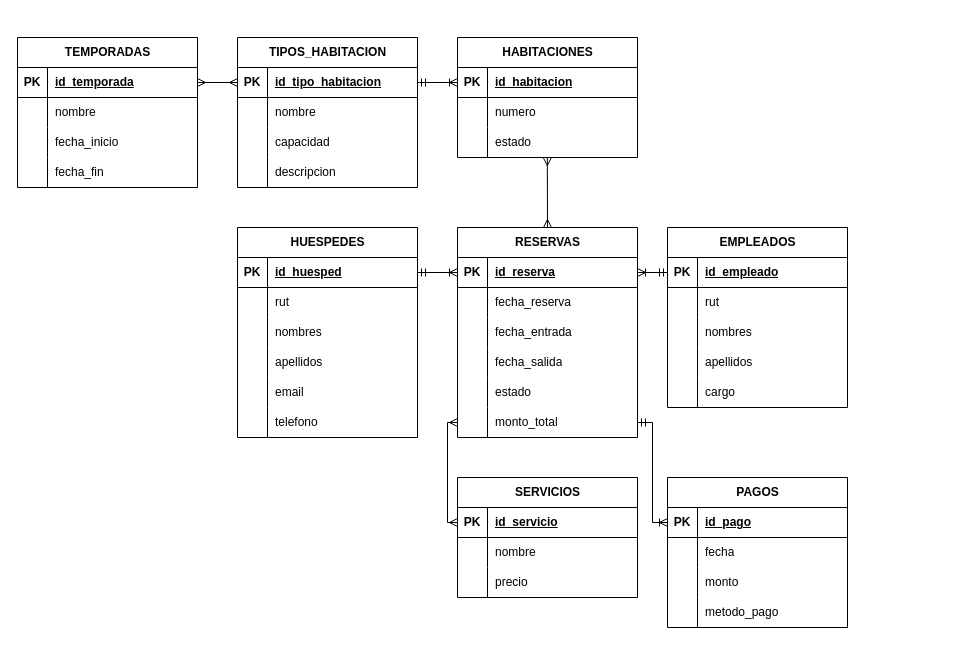
Earlier version of the draw.io diagram G11_MER.drawio (byronma-ui/hotel-costa-pacifico). Source tidied: cells renumbered, new cells numbered last; positions are measured from the earlier drawing's top-left corner, leaving out a move shared by most shapes. Both pictures are drawn from the tidied source at 100%, with x=0, y=0 at pixel (17, 37).
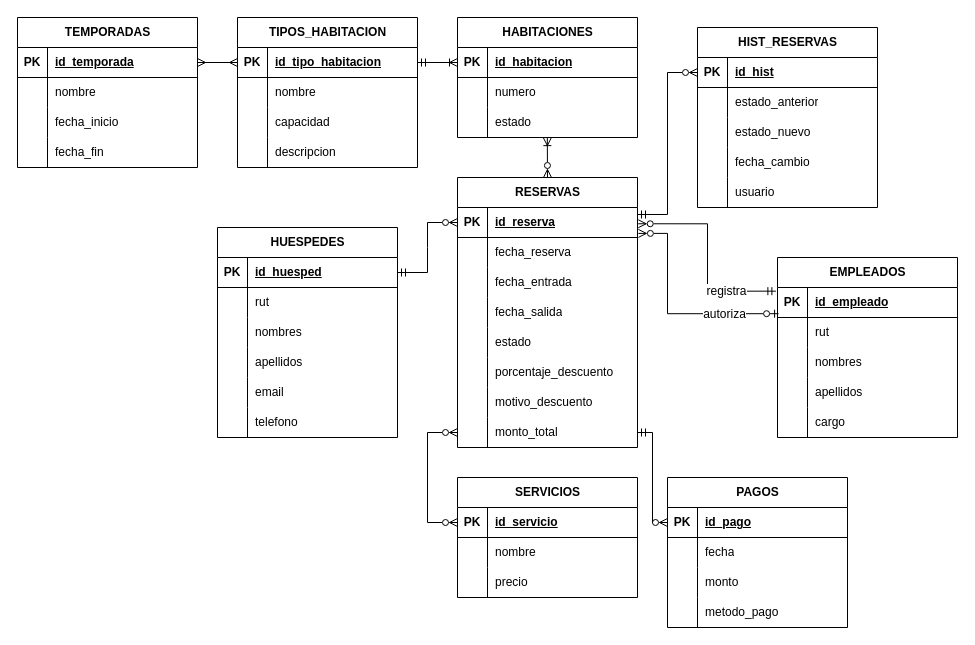
The same diagram, later.

The change refers to these unchanged cells:
```xml
<mxCell id="35" style="shape=tableRow;horizontal=0;startSize=0;swimlaneHead=0;swimlaneBody=0;fillColor=none;points=[[0,0.5],[1,0.5]];portConstraint=eastwest;top=0;left=0;right=0;bottom=0;" parent="28" vertex="1">
  <mxGeometry y="90" width="180" height="30" as="geometry" />
</mxCell>
<mxCell id="39" style="shape=tableRow;horizontal=0;startSize=0;swimlaneHead=0;swimlaneBody=0;fillColor=none;points=[[0,0.5],[1,0.5]];portConstraint=eastwest;top=0;left=0;right=0;bottom=1;" parent="38" vertex="1">
  <mxGeometry y="30" width="180" height="30" as="geometry" />
</mxCell>
<mxCell id="58" style="shape=tableRow;horizontal=0;startSize=0;swimlaneHead=0;swimlaneBody=0;fillColor=none;points=[[0,0.5],[1,0.5]];portConstraint=eastwest;top=0;left=0;right=0;bottom=1;" parent="57" vertex="1">
  <mxGeometry y="30" width="180" height="30" as="geometry" />
</mxCell>
<mxCell id="77" style="shape=tableRow;horizontal=0;startSize=0;swimlaneHead=0;swimlaneBody=0;fillColor=none;points=[[0,0.5],[1,0.5]];portConstraint=eastwest;top=0;left=0;right=0;bottom=1;" parent="76" vertex="1">
  <mxGeometry y="30" width="180" height="30" as="geometry" />
</mxCell>
<mxCell id="93" style="shape=tableRow;horizontal=0;startSize=0;swimlaneHead=0;swimlaneBody=0;fillColor=none;points=[[0,0.5],[1,0.5]];portConstraint=eastwest;top=0;left=0;right=0;bottom=1;" parent="92" vertex="1">
  <mxGeometry y="30" width="180" height="30" as="geometry" />
</mxCell>
<mxCell id="103" style="shape=tableRow;horizontal=0;startSize=0;swimlaneHead=0;swimlaneBody=0;fillColor=none;points=[[0,0.5],[1,0.5]];portConstraint=eastwest;top=0;left=0;right=0;bottom=1;" parent="102" vertex="1">
  <mxGeometry y="30" width="180" height="30" as="geometry" />
</mxCell>
```

What changed in the source:
```diff
@@
     <mxCell id="2" value="TEMPORADAS" style="shape=table;startSize=30;childLayout=tableLayout;rowLines=0;fontStyle=1;align=center;html=1;" parent="1" vertex="1">
-      <mxGeometry width="180" height="150" as="geometry" />
+      <mxGeometry y="-20" width="180" height="150" as="geometry" />
     </mxCell>
@@
     <mxCell id="15" value="TIPOS_HABITACION" style="shape=table;startSize=30;childLayout=tableLayout;rowLines=0;fontStyle=1;align=center;html=1;" parent="1" vertex="1">
-      <mxGeometry x="220" width="180" height="150" as="geometry" />
+      <mxGeometry x="220" y="-20" width="180" height="150" as="geometry" />
     </mxCell>
@@
     <mxCell id="28" value="HABITACIONES" style="shape=table;startSize=30;childLayout=tableLayout;rowLines=0;fontStyle=1;align=center;html=1;" parent="1" vertex="1">
-      <mxGeometry x="440" width="180" height="120" as="geometry" />
+      <mxGeometry x="440" y="-20" width="180" height="120" as="geometry" />
     </mxCell>
@@
     <mxCell id="38" value="HUESPEDES" style="shape=table;startSize=30;childLayout=tableLayout;rowLines=0;fontStyle=1;align=center;html=1;" parent="1" vertex="1">
-      <mxGeometry x="220" y="190" width="180" height="210" as="geometry" />
+      <mxGeometry x="200" y="190" width="180" height="210" as="geometry" />
     </mxCell>
@@
     <mxCell id="57" value="RESERVAS" style="shape=table;startSize=30;childLayout=tableLayout;rowLines=0;fontStyle=1;align=center;html=1;" parent="1" vertex="1">
-      <mxGeometry x="440" y="190" width="180" height="210" as="geometry" />
+      <mxGeometry x="440" y="140" width="180" height="270" as="geometry" />
     </mxCell>
@@
+    <mxCell id="122" style="shape=tableRow;horizontal=0;startSize=0;swimlaneHead=0;swimlaneBody=0;fillColor=none;top=0;left=0;right=0;bottom=0;" parent="57" vertex="1">
+      <mxGeometry y="150" width="180" height="30" as="geometry" />
+    </mxCell>
+    <mxCell id="123" style="shape=partialRectangle;fillColor=none;top=0;left=0;bottom=0;right=0;overflow=hidden;whiteSpace=wrap;html=1;" parent="122" vertex="1">
+      <mxGeometry width="30" height="30" as="geometry" />
+    </mxCell>
+    <mxCell id="124" value="estado" style="shape=partialRectangle;fillColor=none;top=0;left=0;bottom=0;right=0;align=left;spacingLeft=6;overflow=hidden;whiteSpace=wrap;html=1;" parent="122" vertex="1">
+      <mxGeometry x="30" width="150" height="30" as="geometry" />
+    </mxCell>
     <mxCell id="70" style="shape=tableRow;horizontal=0;startSize=0;swimlaneHead=0;swimlaneBody=0;fillColor=none;top=0;left=0;right=0;bottom=0;" parent="57" vertex="1">
-      <mxGeometry y="150" width="180" height="30" as="geometry" />
+      <mxGeometry y="180" width="180" height="30" as="geometry" />
     </mxCell>
@@
-    <mxCell id="72" value="estado" style="shape=partialRectangle;fillColor=none;top=0;left=0;bottom=0;right=0;align=left;spacingLeft=6;overflow=hidden;whiteSpace=wrap;html=1;" parent="70" vertex="1">
+    <mxCell id="72" value="porcentaje_descuento" style="shape=partialRectangle;fillColor=none;top=0;left=0;bottom=0;right=0;align=left;spacingLeft=6;overflow=hidden;whiteSpace=wrap;html=1;" parent="70" vertex="1">
       <mxGeometry x="30" width="150" height="30" as="geometry" />
     </mxCell>
+    <mxCell id="125" style="shape=tableRow;horizontal=0;startSize=0;swimlaneHead=0;swimlaneBody=0;fillColor=none;top=0;left=0;right=0;bottom=0;" parent="57" vertex="1">
+      <mxGeometry y="210" width="180" height="30" as="geometry" />
+    </mxCell>
+    <mxCell id="126" style="shape=partialRectangle;fillColor=none;top=0;left=0;bottom=0;right=0;overflow=hidden;whiteSpace=wrap;html=1;" parent="125" vertex="1">
+      <mxGeometry width="30" height="30" as="geometry" />
+    </mxCell>
+    <mxCell id="127" value="motivo_descuento" style="shape=partialRectangle;fillColor=none;top=0;left=0;bottom=0;right=0;align=left;spacingLeft=6;overflow=hidden;whiteSpace=wrap;html=1;" parent="125" vertex="1">
+      <mxGeometry x="30" width="150" height="30" as="geometry" />
+    </mxCell>
     <mxCell id="73" style="shape=tableRow;horizontal=0;startSize=0;swimlaneHead=0;swimlaneBody=0;fillColor=none;points=[[0,0.5],[1,0.5]];portConstraint=eastwest;top=0;left=0;right=0;bottom=0;" parent="57" vertex="1">
-      <mxGeometry y="180" width="180" height="30" as="geometry" />
+      <mxGeometry y="240" width="180" height="30" as="geometry" />
     </mxCell>
@@
     <mxCell id="76" value="EMPLEADOS" style="shape=table;startSize=30;childLayout=tableLayout;rowLines=0;fontStyle=1;align=center;html=1;" parent="1" vertex="1">
-      <mxGeometry x="650" y="190" width="180" height="180" as="geometry" />
+      <mxGeometry x="760" y="220" width="180" height="180" as="geometry" />
     </mxCell>
@@
-    <mxCell id="117" style="fontSize=12;html=1;endArrow=ERmany;startArrow=ERmany;rounded=0;defaultLabelBackgroundColor=page;labelPadding=0 4;entryX=0.5;entryY=0;entryDx=0;entryDy=0;exitX=0.499;exitY=1.005;exitDx=0;exitDy=0;exitPerimeter=0;" parent="1" edge="1" source="35" target="57">
+    <mxCell id="117" style="fontSize=12;html=1;endArrow=ERzeroToMany;startArrow=ERoneToMany;rounded=0;defaultLabelBackgroundColor=page;labelPadding=0 4;entryX=0.5;entryY=0;entryDx=0;entryDy=0;exitX=0.499;exitY=1.005;exitDx=0;exitDy=0;exitPerimeter=0;startFill=0;endFill=0;" parent="1" edge="1" source="35" target="57">
       <mxGeometry x="1" relative="1" as="geometry" />
     </mxCell>
-    <mxCell id="118" style="edgeStyle=entityRelationEdgeStyle;fontSize=12;html=1;endArrow=ERoneToMany;rounded=0;defaultLabelBackgroundColor=page;labelPadding=0 4;exitX=1;exitY=0.5;exitDx=0;exitDy=0;entryX=0;entryY=0.5;entryDx=0;entryDy=0;startArrow=ERmandOne;startFill=0;" parent="1" edge="1" source="39" target="58">
+    <mxCell id="118" style="edgeStyle=entityRelationEdgeStyle;fontSize=12;html=1;endArrow=ERzeroToMany;rounded=0;defaultLabelBackgroundColor=page;labelPadding=0 4;exitX=1;exitY=0.5;exitDx=0;exitDy=0;entryX=0;entryY=0.5;entryDx=0;entryDy=0;startArrow=ERmandOne;startFill=0;endFill=0;" parent="1" edge="1" source="39" target="58">
       <mxGeometry x="0.81" relative="1" as="geometry" />
     </mxCell>
-    <mxCell id="119" style="edgeStyle=entityRelationEdgeStyle;fontSize=12;html=1;endArrow=ERoneToMany;rounded=0;defaultLabelBackgroundColor=page;labelPadding=0 4;exitX=0;exitY=0.5;exitDx=0;exitDy=0;entryX=1;entryY=0.5;entryDx=0;entryDy=0;startArrow=ERmandOne;startFill=0;" parent="1" edge="1" source="77" target="58">
-      <mxGeometry x="0.98" relative="1" as="geometry" />
+    <mxCell id="119" style="edgeStyle=orthogonalEdgeStyle;fontSize=12;html=1;endArrow=ERzeroToMany;rounded=0;defaultLabelBackgroundColor=page;labelPadding=0 4;entryX=1.004;entryY=0.542;entryDx=0;entryDy=0;startArrow=ERmandOne;startFill=0;entryPerimeter=0;exitX=-0.009;exitY=0.122;exitDx=0;exitDy=0;exitPerimeter=0;endFill=0;" parent="1" edge="1" source="77" target="58">
+      <mxGeometry x="0.96" relative="1" as="geometry" />
     </mxCell>
+    <mxCell id="128" value="registra" style="edgeLabel;html=1;align=center;verticalAlign=middle;inheritText=1;fontSize=12;defaultLabelBackgroundColor=page;labelPadding=0 4;" parent="119" vertex="1">
+      <mxGeometry x="-0.51" relative="1" as="geometry" />
+    </mxCell>
-    <mxCell id="120" style="fontSize=12;html=1;endArrow=ERmany;startArrow=ERmany;rounded=0;defaultLabelBackgroundColor=page;labelPadding=0 4;entryX=0;entryY=0.5;entryDx=0;entryDy=0;exitX=0;exitY=0.5;exitDx=0;exitDy=0;edgeStyle=orthogonalEdgeStyle;" parent="1" edge="1" source="73" target="93">
-      <mxGeometry x="1" relative="1" as="geometry" />
+    <mxCell id="120" style="fontSize=12;html=1;endArrow=ERzeroToMany;startArrow=ERzeroToMany;rounded=0;defaultLabelBackgroundColor=page;labelPadding=0 4;entryX=0;entryY=0.5;entryDx=0;entryDy=0;exitX=0;exitY=0.5;exitDx=0;exitDy=0;edgeStyle=orthogonalEdgeStyle;endFill=0;startFill=0;" parent="1" edge="1" source="73" target="93">
+      <mxGeometry x="1" relative="1" as="geometry">
+        <Array as="points">
+          <mxPoint x="410" y="395" />
+          <mxPoint x="410" y="485" />
+        </Array>
+      </mxGeometry>
     </mxCell>
-    <mxCell id="121" style="edgeStyle=orthogonalEdgeStyle;fontSize=12;html=1;endArrow=ERoneToMany;rounded=0;defaultLabelBackgroundColor=page;labelPadding=0 4;exitX=1;exitY=0.5;exitDx=0;exitDy=0;startArrow=ERmandOne;startFill=0;entryX=0;entryY=0.5;entryDx=0;entryDy=0;" parent="1" edge="1" source="73" target="103">
+    <mxCell id="121" style="edgeStyle=orthogonalEdgeStyle;fontSize=12;html=1;endArrow=ERzeroToMany;rounded=0;defaultLabelBackgroundColor=page;labelPadding=0 4;exitX=1;exitY=0.5;exitDx=0;exitDy=0;startArrow=ERmandOne;startFill=0;entryX=0;entryY=0.5;entryDx=0;entryDy=0;endFill=0;" parent="1" edge="1" source="73" target="103">
       <mxGeometry x="-0.85" relative="1" as="geometry" />
     </mxCell>
+    <mxCell id="129" value="HIST_RESERVAS" style="shape=table;startSize=30;childLayout=tableLayout;rowLines=0;fontStyle=1;align=center;html=1;" parent="1" vertex="1">
+      <mxGeometry x="680" y="-10" width="180" height="180" as="geometry" />
+    </mxCell>
+    <mxCell id="130" style="shape=tableRow;horizontal=0;startSize=0;swimlaneHead=0;swimlaneBody=0;fillColor=none;points=[[0,0.5],[1,0.5]];portConstraint=eastwest;top=0;left=0;right=0;bottom=1;" parent="129" vertex="1">
+      <mxGeometry y="30" width="180" height="30" as="geometry" />
+    </mxCell>
+    <mxCell id="131" value="PK" style="shape=partialRectangle;fillColor=none;top=0;left=0;bottom=0;right=0;fontStyle=1;overflow=hidden;whiteSpace=wrap;html=1;" parent="130" vertex="1">
+      <mxGeometry width="30" height="30" as="geometry" />
+    </mxCell>
+    <mxCell id="132" value="id_hist" style="shape=partialRectangle;fillColor=none;top=0;left=0;bottom=0;right=0;align=left;spacingLeft=6;fontStyle=5;overflow=hidden;whiteSpace=wrap;html=1;" parent="130" vertex="1">
+      <mxGeometry x="30" width="150" height="30" as="geometry" />
+    </mxCell>
+    <mxCell id="133" style="shape=tableRow;horizontal=0;startSize=0;swimlaneHead=0;swimlaneBody=0;fillColor=none;top=0;left=0;right=0;bottom=0;" parent="129" vertex="1">
+      <mxGeometry y="60" width="180" height="30" as="geometry" />
+    </mxCell>
+    <mxCell id="134" style="shape=partialRectangle;fillColor=none;top=0;left=0;bottom=0;right=0;overflow=hidden;whiteSpace=wrap;html=1;" parent="133" vertex="1">
+      <mxGeometry width="30" height="30" as="geometry" />
+    </mxCell>
+    <mxCell id="135" value="estado_anterior" style="shape=partialRectangle;fillColor=none;top=0;left=0;bottom=0;right=0;align=left;spacingLeft=6;overflow=hidden;whiteSpace=wrap;html=1;" parent="133" vertex="1">
+      <mxGeometry x="30" width="150" height="30" as="geometry" />
+    </mxCell>
+    <mxCell id="136" style="shape=tableRow;horizontal=0;startSize=0;swimlaneHead=0;swimlaneBody=0;fillColor=none;top=0;left=0;right=0;bottom=0;" parent="129" vertex="1">
+      <mxGeometry y="90" width="180" height="30" as="geometry" />
+    </mxCell>
+    <mxCell id="137" style="shape=partialRectangle;fillColor=none;top=0;left=0;bottom=0;right=0;overflow=hidden;whiteSpace=wrap;html=1;" parent="136" vertex="1">
+      <mxGeometry width="30" height="30" as="geometry" />
+    </mxCell>
+    <mxCell id="138" value="estado_nuevo" style="shape=partialRectangle;fillColor=none;top=0;left=0;bottom=0;right=0;align=left;spacingLeft=6;overflow=hidden;whiteSpace=wrap;html=1;" parent="136" vertex="1">
+      <mxGeometry x="30" width="150" height="30" as="geometry" />
+    </mxCell>
+    <mxCell id="139" style="shape=tableRow;horizontal=0;startSize=0;swimlaneHead=0;swimlaneBody=0;fillColor=none;top=0;left=0;right=0;bottom=0;" parent="129" vertex="1">
+      <mxGeometry y="120" width="180" height="30" as="geometry" />
+    </mxCell>
+    <mxCell id="140" style="shape=partialRectangle;fillColor=none;top=0;left=0;bottom=0;right=0;overflow=hidden;whiteSpace=wrap;html=1;" parent="139" vertex="1">
+      <mxGeometry width="30" height="30" as="geometry" />
+    </mxCell>
+    <mxCell id="141" value="fecha_cambio" style="shape=partialRectangle;fillColor=none;top=0;left=0;bottom=0;right=0;align=left;spacingLeft=6;overflow=hidden;whiteSpace=wrap;html=1;" parent="139" vertex="1">
+      <mxGeometry x="30" width="150" height="30" as="geometry" />
+    </mxCell>
+    <mxCell id="142" style="shape=tableRow;horizontal=0;startSize=0;swimlaneHead=0;swimlaneBody=0;fillColor=none;top=0;left=0;right=0;bottom=0;" parent="129" vertex="1">
+      <mxGeometry y="150" width="180" height="30" as="geometry" />
+    </mxCell>
+    <mxCell id="143" style="shape=partialRectangle;fillColor=none;top=0;left=0;bottom=0;right=0;overflow=hidden;whiteSpace=wrap;html=1;" parent="142" vertex="1">
+      <mxGeometry width="30" height="30" as="geometry" />
+    </mxCell>
+    <mxCell id="144" value="usuario" style="shape=partialRectangle;fillColor=none;top=0;left=0;bottom=0;right=0;align=left;spacingLeft=6;overflow=hidden;whiteSpace=wrap;html=1;" parent="142" vertex="1">
+      <mxGeometry x="30" width="150" height="30" as="geometry" />
+    </mxCell>
+    <mxCell id="145" style="edgeStyle=entityRelationEdgeStyle;fontSize=12;html=1;endArrow=ERmandOne;rounded=0;defaultLabelBackgroundColor=page;labelPadding=0 4;entryX=1;entryY=0.233;entryDx=0;entryDy=0;startArrow=ERzeroToMany;startFill=0;entryPerimeter=0;exitX=0;exitY=0.5;exitDx=0;exitDy=0;endFill=0;" parent="1" edge="1" source="130" target="58">
+      <mxGeometry x="0.98" relative="1" as="geometry" />
+    </mxCell>
+    <mxCell id="146" style="edgeStyle=orthogonalEdgeStyle;fontSize=12;html=1;endArrow=ERzeroToMany;rounded=0;defaultLabelBackgroundColor=page;labelPadding=0 4;exitX=0.006;exitY=0.873;exitDx=0;exitDy=0;entryX=1.005;entryY=0.864;entryDx=0;entryDy=0;startArrow=ERzeroToOne;startFill=0;entryPerimeter=0;exitPerimeter=0;endFill=0;" parent="1" edge="1" source="77" target="58">
+      <mxGeometry x="0.92" relative="1" as="geometry">
+        <Array as="points">
+          <mxPoint x="650" y="276.2" />
+          <mxPoint x="650" y="195.9" />
+        </Array>
+      </mxGeometry>
+    </mxCell>
+    <mxCell id="147" value="autoriza" style="edgeLabel;html=1;align=center;verticalAlign=middle;inheritText=1;fontSize=12;defaultLabelBackgroundColor=page;labelPadding=0 4;" parent="146" vertex="1">
+      <mxGeometry x="-0.5" relative="1" as="geometry" />
+    </mxCell>
```
